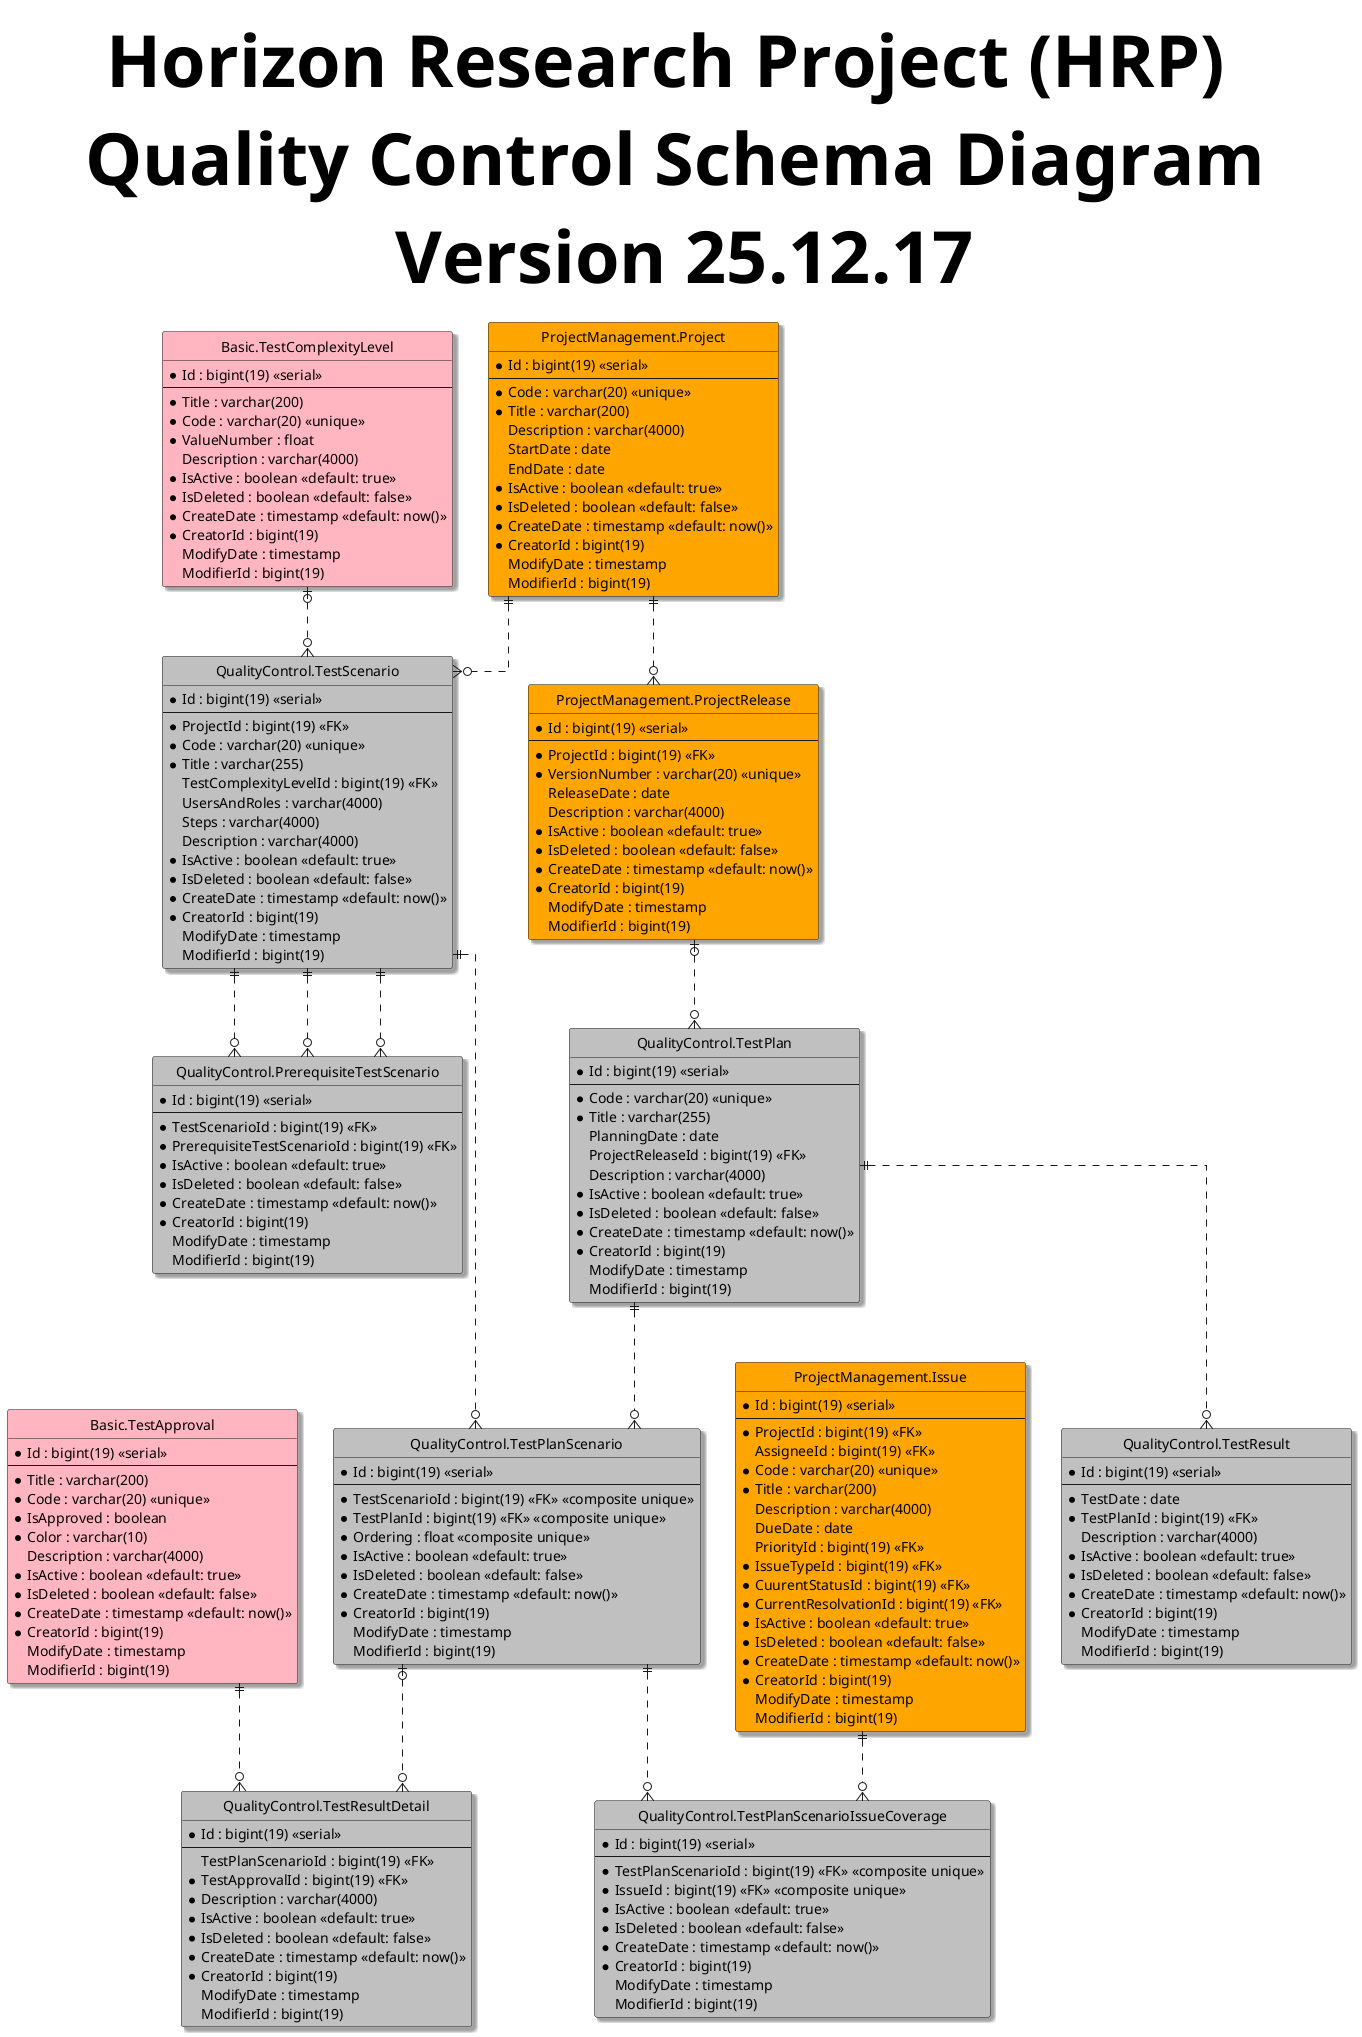
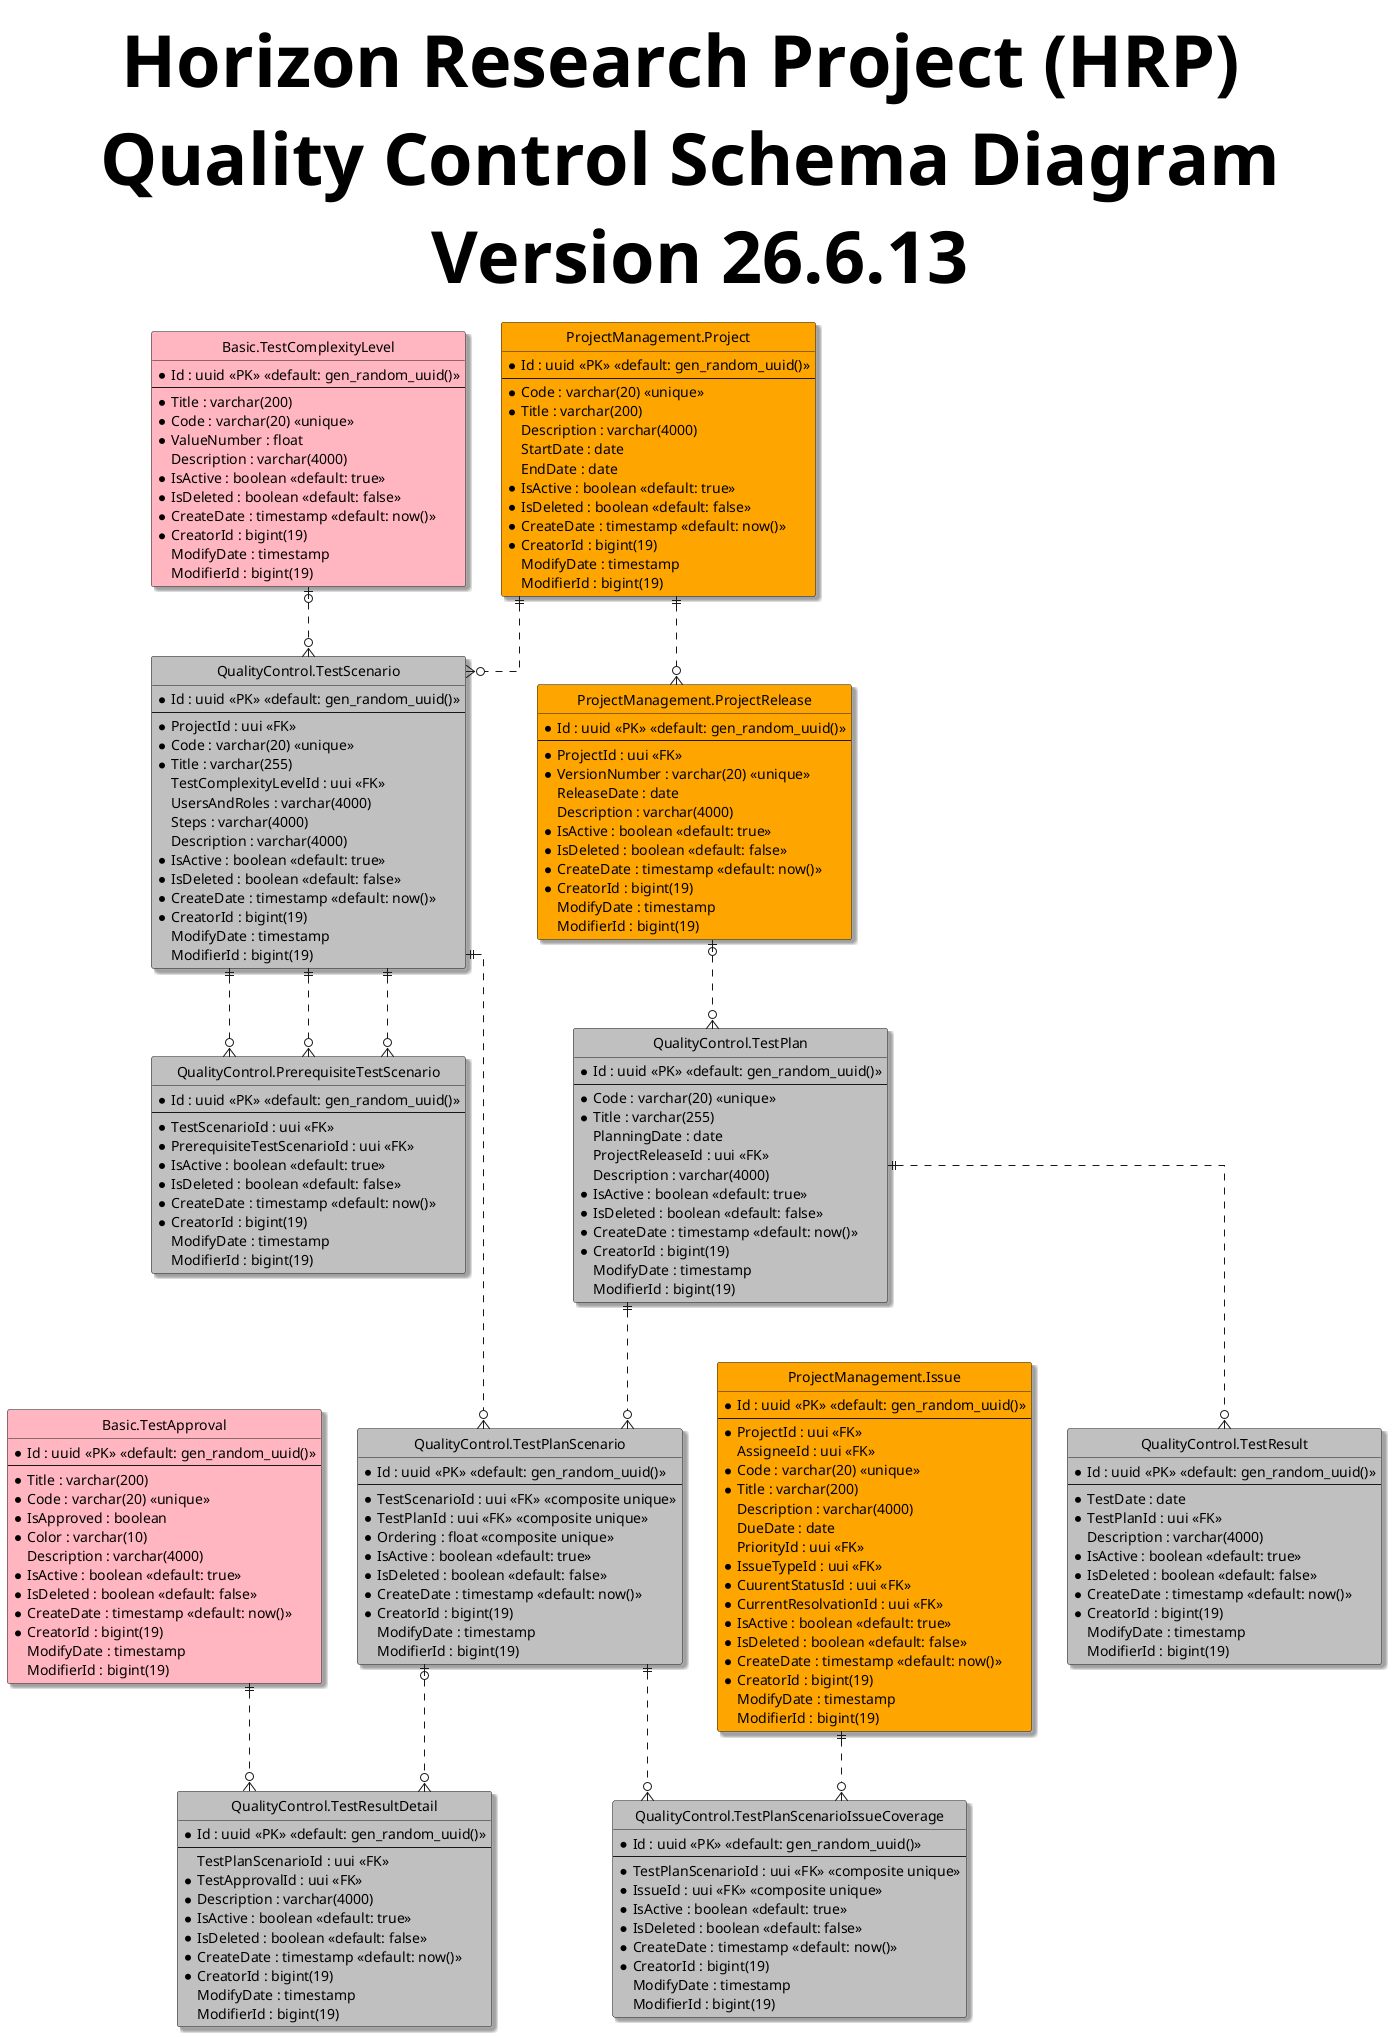
@startuml
hide circle
skinparam classBackgroundColor #Business
skinparam linetype ortho
skinparam Shadowing True
skinparam TitleFontSize 72pt

- title Horizon Research Project (HRP) \n Quality Control Schema Diagram \n Version 25.12.17
+ title Horizon Research Project (HRP) \n Quality Control Schema Diagram \n Version 26.6.13

entity "Basic.TestApproval" as testApproval #LightPink{
-   *Id : bigint(19) <<serial>>
+   *Id : uuid <<PK>> <<default: gen_random_uuid()>>
  --
  *Title : varchar(200)
  *Code : varchar(20) <<unique>>
  *IsApproved : boolean
  *Color : varchar(10)
  Description : varchar(4000)
  *IsActive : boolean <<default: true>>
  *IsDeleted : boolean <<default: false>>
  *CreateDate : timestamp <<default: now()>>
  *CreatorId : bigint(19)
  ModifyDate : timestamp
  ModifierId : bigint(19)
}

entity "Basic.TestComplexityLevel" as testComplexityLevel #LightPink{
-   *Id : bigint(19) <<serial>>
+   *Id : uuid <<PK>> <<default: gen_random_uuid()>>
  --
  *Title : varchar(200)
  *Code : varchar(20) <<unique>>
  *ValueNumber : float
  Description : varchar(4000)
  *IsActive : boolean <<default: true>>
  *IsDeleted : boolean <<default: false>>
  *CreateDate : timestamp <<default: now()>>
  *CreatorId : bigint(19)
  ModifyDate : timestamp
  ModifierId : bigint(19)
}

entity "ProjectManagement.Project" as project #Orange{
-   *Id : bigint(19) <<serial>>
+   *Id : uuid <<PK>> <<default: gen_random_uuid()>>
  --
  *Code : varchar(20) <<unique>>
  *Title : varchar(200)
  Description : varchar(4000)
  StartDate : date
  EndDate : date
  *IsActive : boolean <<default: true>>
  *IsDeleted : boolean <<default: false>>
  *CreateDate : timestamp <<default: now()>>
  *CreatorId : bigint(19)
  ModifyDate : timestamp
  ModifierId : bigint(19)
}

entity "ProjectManagement.ProjectRelease" as release #Orange{
-   *Id : bigint(19) <<serial>>
-   --
-   *ProjectId : bigint(19) <<FK>>
+   *Id : uuid <<PK>> <<default: gen_random_uuid()>>
+   --
+   *ProjectId : uui <<FK>>
  *VersionNumber : varchar(20) <<unique>>
  ReleaseDate : date
  Description : varchar(4000)
  *IsActive : boolean <<default: true>>
  *IsDeleted : boolean <<default: false>>
  *CreateDate : timestamp <<default: now()>>
  *CreatorId : bigint(19)
  ModifyDate : timestamp
  ModifierId : bigint(19)
}

entity "ProjectManagement.Issue" as issue #Orange{
-   *Id : bigint(19) <<serial>>
-   --
-   *ProjectId : bigint(19) <<FK>>
-   AssigneeId : bigint(19) <<FK>>
+   *Id : uuid <<PK>> <<default: gen_random_uuid()>>
+   --
+   *ProjectId : uui <<FK>>
+   AssigneeId : uui <<FK>>
  *Code : varchar(20) <<unique>>
  *Title : varchar(200)
  Description : varchar(4000)
  DueDate : date
-   PriorityId : bigint(19) <<FK>>
-   *IssueTypeId : bigint(19) <<FK>>
-   *CuurentStatusId : bigint(19) <<FK>>
-   *CurrentResolvationId : bigint(19) <<FK>>
+   PriorityId : uui <<FK>>
+   *IssueTypeId : uui <<FK>>
+   *CuurentStatusId : uui <<FK>>
+   *CurrentResolvationId : uui <<FK>>
  *IsActive : boolean <<default: true>>
  *IsDeleted : boolean <<default: false>>
  *CreateDate : timestamp <<default: now()>>
  *CreatorId : bigint(19)
  ModifyDate : timestamp
  ModifierId : bigint(19)
}

entity "QualityControl.TestScenario" as testScenario #Silver{
-   *Id : bigint(19) <<serial>>
-   --
-   *ProjectId : bigint(19) <<FK>>
+   *Id : uuid <<PK>> <<default: gen_random_uuid()>>
+   --
+   *ProjectId : uui <<FK>>
  *Code : varchar(20) <<unique>>
  *Title : varchar(255)
-   TestComplexityLevelId : bigint(19) <<FK>>
+   TestComplexityLevelId : uui <<FK>>
  UsersAndRoles : varchar(4000)
  Steps : varchar(4000)
  Description : varchar(4000)
  *IsActive : boolean <<default: true>>
  *IsDeleted : boolean <<default: false>>
  *CreateDate : timestamp <<default: now()>>
  *CreatorId : bigint(19)
  ModifyDate : timestamp
  ModifierId : bigint(19)
}

entity "QualityControl.PrerequisiteTestScenario" as prerequisiteTestScenario #Silver{
-   *Id : bigint(19) <<serial>>
-   --
-   *TestScenarioId : bigint(19) <<FK>>
-   *PrerequisiteTestScenarioId : bigint(19) <<FK>>
+   *Id : uuid <<PK>> <<default: gen_random_uuid()>>
+   --
+   *TestScenarioId : uui <<FK>>
+   *PrerequisiteTestScenarioId : uui <<FK>>
  *IsActive : boolean <<default: true>>
  *IsDeleted : boolean <<default: false>>
  *CreateDate : timestamp <<default: now()>>
  *CreatorId : bigint(19)
  ModifyDate : timestamp
  ModifierId : bigint(19)
}

entity "QualityControl.TestPlan" as testPlan #Silver{
-   *Id : bigint(19) <<serial>>
+   *Id : uuid <<PK>> <<default: gen_random_uuid()>>
  --
  *Code : varchar(20) <<unique>>
  *Title : varchar(255)
  PlanningDate : date
-   ProjectReleaseId : bigint(19) <<FK>>
+   ProjectReleaseId : uui <<FK>>
  Description : varchar(4000)
  *IsActive : boolean <<default: true>>
  *IsDeleted : boolean <<default: false>>
  *CreateDate : timestamp <<default: now()>>
  *CreatorId : bigint(19)
  ModifyDate : timestamp
  ModifierId : bigint(19)
}

entity "QualityControl.TestPlanScenario" as testPlanScenario #Silver{
-   *Id : bigint(19) <<serial>>
-   --
-   *TestScenarioId : bigint(19) <<FK>> <<composite unique>>
-   *TestPlanId : bigint(19) <<FK>> <<composite unique>>
+   *Id : uuid <<PK>> <<default: gen_random_uuid()>>
+   --
+   *TestScenarioId : uui <<FK>> <<composite unique>>
+   *TestPlanId : uui <<FK>> <<composite unique>>
  *Ordering : float <<composite unique>>
  *IsActive : boolean <<default: true>>
  *IsDeleted : boolean <<default: false>>
  *CreateDate : timestamp <<default: now()>>
  *CreatorId : bigint(19)
  ModifyDate : timestamp
  ModifierId : bigint(19)
}

entity "QualityControl.TestPlanScenarioIssueCoverage" as testPlanScenarioIssueCoverage #Silver{
-   *Id : bigint(19) <<serial>>
-   --
-   *TestPlanScenarioId : bigint(19) <<FK>> <<composite unique>>
-   *IssueId : bigint(19) <<FK>> <<composite unique>>
+   *Id : uuid <<PK>> <<default: gen_random_uuid()>>
+   --
+   *TestPlanScenarioId : uui <<FK>> <<composite unique>>
+   *IssueId : uui <<FK>> <<composite unique>>
  *IsActive : boolean <<default: true>>
  *IsDeleted : boolean <<default: false>>
  *CreateDate : timestamp <<default: now()>>
  *CreatorId : bigint(19)
  ModifyDate : timestamp
  ModifierId : bigint(19)
}

entity "QualityControl.TestResult" as testResult #Silver{
-   *Id : bigint(19) <<serial>>
+   *Id : uuid <<PK>> <<default: gen_random_uuid()>>
  --
  *TestDate : date
-   *TestPlanId : bigint(19) <<FK>>
+   *TestPlanId : uui <<FK>>
  Description : varchar(4000)
  *IsActive : boolean <<default: true>>
  *IsDeleted : boolean <<default: false>>
  *CreateDate : timestamp <<default: now()>>
  *CreatorId : bigint(19)
  ModifyDate : timestamp
  ModifierId : bigint(19)
}

entity "QualityControl.TestResultDetail" as testResultDetail #Silver{
-   *Id : bigint(19) <<serial>>
-   --
-   TestPlanScenarioId : bigint(19) <<FK>>
-   *TestApprovalId : bigint(19) <<FK>>
+   *Id : uuid <<PK>> <<default: gen_random_uuid()>>
+   --
+   TestPlanScenarioId : uui <<FK>>
+   *TestApprovalId : uui <<FK>>
  *Description : varchar(4000)
  *IsActive : boolean <<default: true>>
  *IsDeleted : boolean <<default: false>>
  *CreateDate : timestamp <<default: now()>>
  *CreatorId : bigint(19)
  ModifyDate : timestamp
  ModifierId : bigint(19)
}

project ||..o{ release
project ||..o{ testScenario
testComplexityLevel |o..o{ testScenario
testScenario ||..o{ prerequisiteTestScenario
testScenario ||..o{ prerequisiteTestScenario
testScenario ||..o{ prerequisiteTestScenario
release |o..o{ testPlan
testScenario ||..o{ testPlanScenario
testPlan ||..o{ testPlanScenario
testPlanScenario ||..o{ testPlanScenarioIssueCoverage
issue ||..o{ testPlanScenarioIssueCoverage
testPlan ||..o{ testResult
testPlanScenario |o..o{ testResultDetail
testApproval ||..o{ testResultDetail

@enduml